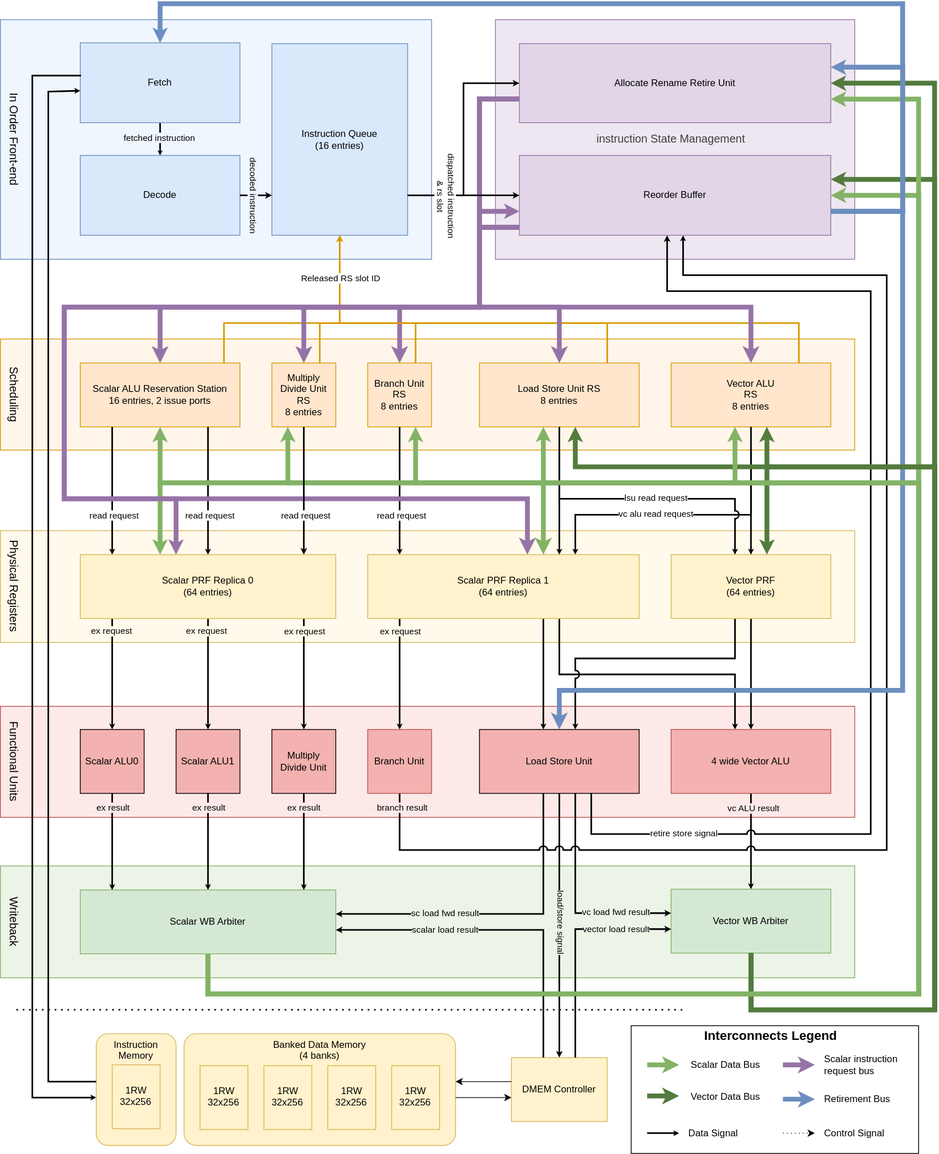
The draw.io diagram doc/block_diagram.drawio.svg in Ajsat3801/RISCV-SIMD_Processor, before a commit. Source tidied: cells renumbered, new cells last; positions are measured from the earlier drawing's top-left corner, leaving out a move shared by most shapes.
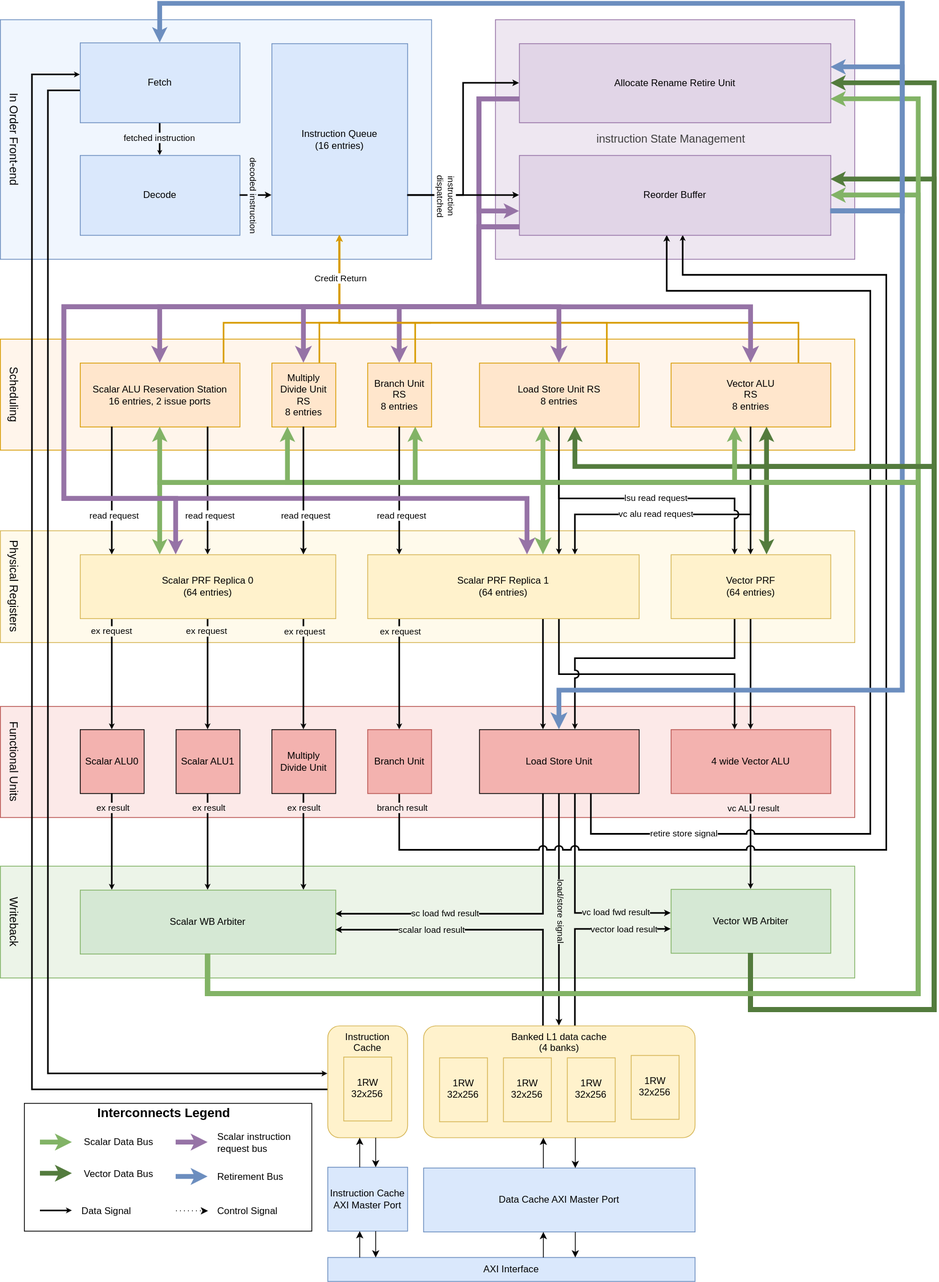
After the commit.

Diff of the diagram source:
```diff
@@ -71,3 +71,3 @@
     </mxCell>
-    <mxCell id="15" style="edgeStyle=none;html=1;exitX=0.5;exitY=1;exitDx=0;exitDy=0;exitPerimeter=0;entryX=1;entryY=0;entryDx=-60;entryDy=0;entryPerimeter=0;endSize=2;strokeWidth=2;" parent="1" edge="1" source="34" target="129">
+    <mxCell id="15" style="edgeStyle=none;html=1;exitX=0.5;exitY=1;exitDx=0;exitDy=0;exitPerimeter=0;entryX=0.5;entryY=0;entryDx=0;entryDy=0;entryPerimeter=0;endSize=2;strokeWidth=2;" parent="1" edge="1" source="34" target="25">
       <mxGeometry relative="1" as="geometry" />
@@ -121,7 +121,7 @@
     </mxCell>
-    <mxCell id="25" value="Banked Data Memory&lt;div&gt;(4 banks)&lt;/div&gt;" style="rounded=1;whiteSpace=wrap;html=1;labelPosition=center;verticalLabelPosition=middle;align=center;verticalAlign=top;spacingTop=0;fillColor=#fff2cc;strokeColor=#d6b656;points=[[0,0,0,0,0],[0,0.25,0,0,0],[0,0.5,0,0,0],[0,0.75,0,0,0],[0,1,0,0,0],[0.25,1,0,0,0],[0.5,0,0,-10,0],[0.5,0,0,0,0],[0.5,0,0,10,0],[0.5,1,0,0,0],[0.75,1,0,0,0],[1,0,0,0,0],[1,0.5,0,0,-10],[1,0.5,0,0,10],[1,0.75,0,0,0],[1,1,0,0,0]];arcSize=11;" parent="1" vertex="1">
-      <mxGeometry x="230" y="1290" width="340" height="140" as="geometry" />
+    <mxCell id="25" value="Banked L1 data cache&lt;div&gt;(4 banks)&lt;/div&gt;" style="rounded=1;whiteSpace=wrap;html=1;labelPosition=center;verticalLabelPosition=middle;align=center;verticalAlign=top;spacingTop=0;fillColor=#fff2cc;strokeColor=#d6b656;points=[[0,0,0,0,0],[0,0.25,0,0,0],[0,0.5,0,0,0],[0,0.75,0,0,0],[0,1,0,0,0],[0.5,0,0,-20,0],[0.5,0,0,0,0],[0.5,0,0,20,0],[1,0,0,0,0],[1,0.5,0,0,-10],[1,0.5,0,0,10],[1,0.75,0,0,0],[1,1,0,-190,0],[1,1,0,-170,0],[1,1,0,-150,0],[1,1,0,0,0]];arcSize=11;" parent="1" vertex="1">
+      <mxGeometry x="530" y="1280" width="340" height="140" as="geometry" />
     </mxCell>
     <mxCell id="26" style="rounded=0;whiteSpace=wrap;html=1;fillColor=none;" parent="1" vertex="1">
-      <mxGeometry x="790" y="1280" width="360" height="160" as="geometry" />
+      <mxGeometry x="30" y="1377" width="360" height="160" as="geometry" />
     </mxCell>
@@ -214,4 +214,4 @@
     </mxCell>
-    <mxCell id="51" value="Instruction&lt;div&gt;Memory&lt;/div&gt;&lt;div&gt;&lt;br&gt;&lt;/div&gt;" style="rounded=1;whiteSpace=wrap;html=1;fillColor=#fff2cc;strokeColor=#d6b656;points=[[0,0,0,0,0],[0,0.5,0,0,-10],[0,0.5,0,0,0],[0,0.5,0,0,10],[0,1,0,0,0],[0.25,0,0,0,0],[0.25,1,0,0,0],[0.5,0,0,0,0],[0.5,1,0,-10,0],[0.5,1,0,10,0],[0.75,0,0,0,0],[1,0,0,0,0],[1,0.25,0,0,0],[1,0.5,0,0,0],[1,0.75,0,0,0],[1,1,0,0,0]];verticalAlign=top;" parent="1" vertex="1">
-      <mxGeometry x="120" y="1290" width="100" height="140" as="geometry" />
+    <mxCell id="51" value="&lt;div&gt;Instruction&lt;/div&gt;&lt;div&gt;Cache&lt;/div&gt;" style="rounded=1;whiteSpace=wrap;html=1;fillColor=#fff2cc;strokeColor=#d6b656;points=[[0,0,0,0,0],[0,0.5,0,0,-10],[0,0.5,0,0,0],[0,0.5,0,0,10],[0,1,0,0,0],[0.25,0,0,0,0],[0.5,0,0,0,0],[0.5,1,0,-10,0],[0.5,1,0,10,0],[0.75,0,0,0,0],[1,0,0,0,0],[1,0.25,0,0,0],[1,0.5,0,0,0],[1,0.75,0,0,0],[1,1,0,0,0]];verticalAlign=top;" parent="1" vertex="1">
+      <mxGeometry x="410" y="1280" width="100" height="140" as="geometry" />
     </mxCell>
@@ -235,4 +235,4 @@
       <mxGeometry relative="1" as="geometry">
-        <mxPoint x="810" y="1329" as="sourcePoint" />
-        <mxPoint x="850" y="1329" as="targetPoint" />
+        <mxPoint x="50" y="1426" as="sourcePoint" />
+        <mxPoint x="90" y="1426" as="targetPoint" />
       </mxGeometry>
@@ -241,4 +241,4 @@
       <mxGeometry relative="1" as="geometry">
-        <mxPoint x="810" y="1368" as="sourcePoint" />
-        <mxPoint x="850" y="1368" as="targetPoint" />
+        <mxPoint x="50" y="1465" as="sourcePoint" />
+        <mxPoint x="90" y="1465" as="targetPoint" />
       </mxGeometry>
@@ -247,4 +247,4 @@
       <mxGeometry relative="1" as="geometry">
-        <mxPoint x="980" y="1329" as="sourcePoint" />
-        <mxPoint x="1020" y="1329" as="targetPoint" />
+        <mxPoint x="220" y="1426" as="sourcePoint" />
+        <mxPoint x="260" y="1426" as="targetPoint" />
       </mxGeometry>
@@ -253,4 +253,4 @@
       <mxGeometry relative="1" as="geometry">
-        <mxPoint x="980" y="1372" as="sourcePoint" />
-        <mxPoint x="1020" y="1372" as="targetPoint" />
+        <mxPoint x="220" y="1469" as="sourcePoint" />
+        <mxPoint x="260" y="1469" as="targetPoint" />
       </mxGeometry>
@@ -258,27 +258,27 @@
     <mxCell id="60" value="Scalar Data Bus" style="text;html=1;align=left;verticalAlign=middle;whiteSpace=wrap;rounded=0;" parent="1" vertex="1">
-      <mxGeometry x="863" y="1309" width="97" height="40" as="geometry" />
+      <mxGeometry x="103" y="1406" width="97" height="40" as="geometry" />
     </mxCell>
     <mxCell id="61" value="Vector Data Bus" style="text;html=1;align=left;verticalAlign=middle;whiteSpace=wrap;rounded=0;" parent="1" vertex="1">
-      <mxGeometry x="863" y="1349" width="97" height="40" as="geometry" />
+      <mxGeometry x="103" y="1446" width="97" height="40" as="geometry" />
     </mxCell>
     <mxCell id="62" value="Scalar instruction request bus" style="text;html=1;align=left;verticalAlign=middle;whiteSpace=wrap;rounded=0;" parent="1" vertex="1">
-      <mxGeometry x="1030" y="1309" width="100" height="40" as="geometry" />
+      <mxGeometry x="270" y="1406" width="100" height="40" as="geometry" />
     </mxCell>
     <mxCell id="63" value="&lt;b&gt;&lt;font style=&quot;font-size: 16px;&quot;&gt;Interconnects Legend&lt;/font&gt;&lt;/b&gt;" style="text;html=1;align=center;verticalAlign=middle;whiteSpace=wrap;rounded=0;" parent="1" vertex="1">
-      <mxGeometry x="800" y="1272" width="330" height="40" as="geometry" />
+      <mxGeometry x="40" y="1369" width="330" height="40" as="geometry" />
     </mxCell>
     <mxCell id="64" value="Retirement Bus" style="text;html=1;align=left;verticalAlign=middle;whiteSpace=wrap;rounded=0;" parent="1" vertex="1">
-      <mxGeometry x="1030" y="1352" width="97" height="40" as="geometry" />
+      <mxGeometry x="270" y="1449" width="97" height="40" as="geometry" />
     </mxCell>
     <mxCell id="65" value="32x256&lt;div&gt;1RW&lt;/div&gt;" style="rounded=0;whiteSpace=wrap;html=1;textDirection=vertical-lr;fillColor=#fff2cc;strokeColor=#d6b656;horizontal=0;" parent="1" vertex="1">
-      <mxGeometry x="250" y="1330" width="60" height="80" as="geometry" />
+      <mxGeometry x="550" y="1320" width="60" height="80" as="geometry" />
     </mxCell>
     <mxCell id="66" value="32x256&lt;div&gt;1RW&lt;/div&gt;" style="rounded=0;whiteSpace=wrap;html=1;textDirection=vertical-lr;fillColor=#fff2cc;strokeColor=#d6b656;horizontal=0;" parent="1" vertex="1">
-      <mxGeometry x="330" y="1330" width="60" height="80" as="geometry" />
+      <mxGeometry x="630" y="1320" width="60" height="80" as="geometry" />
     </mxCell>
     <mxCell id="67" value="32x256&lt;div&gt;1RW&lt;/div&gt;" style="rounded=0;whiteSpace=wrap;html=1;textDirection=vertical-lr;fillColor=#fff2cc;strokeColor=#d6b656;horizontal=0;" parent="1" vertex="1">
-      <mxGeometry x="410" y="1330" width="60" height="80" as="geometry" />
+      <mxGeometry x="710" y="1320" width="60" height="80" as="geometry" />
     </mxCell>
     <mxCell id="68" value="32x256&lt;div&gt;1RW&lt;/div&gt;" style="rounded=0;whiteSpace=wrap;html=1;textDirection=vertical-lr;fillColor=#fff2cc;strokeColor=#d6b656;horizontal=0;" parent="1" vertex="1">
-      <mxGeometry x="490" y="1330" width="60" height="80" as="geometry" />
+      <mxGeometry x="790" y="1317" width="60" height="80" as="geometry" />
     </mxCell>
@@ -286,4 +286,4 @@
       <mxGeometry relative="1" as="geometry">
-        <mxPoint x="810" y="1414.6" as="sourcePoint" />
-        <mxPoint x="850" y="1414.6" as="targetPoint" />
+        <mxPoint x="50" y="1511.6" as="sourcePoint" />
+        <mxPoint x="90" y="1511.6" as="targetPoint" />
       </mxGeometry>
@@ -292,4 +292,4 @@
       <mxGeometry relative="1" as="geometry">
-        <mxPoint x="980" y="1414.6" as="sourcePoint" />
-        <mxPoint x="1020" y="1414.6" as="targetPoint" />
+        <mxPoint x="220" y="1511.6" as="sourcePoint" />
+        <mxPoint x="260" y="1511.6" as="targetPoint" />
       </mxGeometry>
@@ -297,6 +297,6 @@
     <mxCell id="71" value="Data Signal" style="text;html=1;align=left;verticalAlign=middle;whiteSpace=wrap;rounded=0;" parent="1" vertex="1">
-      <mxGeometry x="860" y="1400" width="100" height="30" as="geometry" />
+      <mxGeometry x="100" y="1497" width="100" height="30" as="geometry" />
     </mxCell>
     <mxCell id="72" value="Control Signal" style="text;html=1;align=left;verticalAlign=middle;whiteSpace=wrap;rounded=0;" parent="1" vertex="1">
-      <mxGeometry x="1030" y="1400" width="100" height="30" as="geometry" />
+      <mxGeometry x="270" y="1497" width="100" height="30" as="geometry" />
     </mxCell>
@@ -460,3 +460,3 @@
     </mxCell>
-    <mxCell id="99" value="Released RS slot ID" style="edgeLabel;html=1;align=center;verticalAlign=middle;" parent="98" vertex="1">
+    <mxCell id="99" value="Credit Return" style="edgeLabel;html=1;align=center;verticalAlign=middle;" parent="98" vertex="1">
       <mxGeometry x="0.65" y="-2" relative="1" as="geometry">
@@ -553,3 +553,3 @@
     </mxCell>
-    <mxCell id="111" value="&lt;div&gt;&amp;amp; rs slot&lt;/div&gt;dispatched instruction" style="edgeLabel;html=1;align=center;verticalAlign=middle;textDirection=vertical-lr;" parent="110" vertex="1">
+    <mxCell id="111" value="dispatched&lt;div&gt;instruction&lt;/div&gt;" style="edgeLabel;html=1;align=center;verticalAlign=middle;textDirection=vertical-lr;" parent="110" vertex="1">
       <mxGeometry x="-0.14" y="-1" relative="1" as="geometry">
@@ -567,19 +567,2 @@
     </mxCell>
-    <mxCell id="115" style="edgeStyle=orthogonalEdgeStyle;html=1;exitX=0;exitY=0.5;exitDx=0;exitDy=-10;exitPerimeter=0;entryX=0;entryY=0.5;entryDx=0;entryDy=10;entryPerimeter=0;rounded=0;strokeWidth=2;endSize=1;" parent="1" edge="1" source="51" target="49">
-      <mxGeometry relative="1" as="geometry">
-        <Array as="points">
-          <mxPoint x="60" y="1350" />
-          <mxPoint x="60" y="110" />
-        </Array>
-      </mxGeometry>
-    </mxCell>
-    <mxCell id="116" style="edgeStyle=orthogonalEdgeStyle;html=1;exitX=0;exitY=0.5;exitDx=0;exitDy=-10;exitPerimeter=0;entryX=0;entryY=0.5;entryDx=0;entryDy=10;entryPerimeter=0;rounded=0;curved=0;strokeWidth=2;endSize=1;" parent="1" edge="1" source="49" target="51">
-      <mxGeometry relative="1" as="geometry">
-        <Array as="points">
-          <mxPoint x="100" y="90" />
-          <mxPoint x="40" y="90" />
-          <mxPoint x="40" y="1370" />
-        </Array>
-      </mxGeometry>
-    </mxCell>
     <mxCell id="117" value="ex request" style="edgeLabel;html=1;align=center;verticalAlign=middle;textDirection=vertical-lr;horizontal=0;labelBackgroundColor=light-dark(#fffaeb, #ededed);" parent="1" vertex="1">
@@ -667,12 +650,3 @@
     </mxCell>
-    <mxCell id="129" value="DMEM Controller" style="rounded=0;whiteSpace=wrap;html=1;points=[[0,0,0,0,0],[0,0,0,20,0],[0,0,0,40,0],[0,0.5,0,0,-10],[0,0.5,0,0,10],[0,1,0,0,0],[0.25,1,0,0,0],[0.5,1,0,0,0],[0.75,1,0,0,0],[1,0,0,-60,0],[1,0,0,-40,0],[1,0,0,0,0],[1,0.25,0,0,0],[1,0.5,0,0,0],[1,0.75,0,0,0],[1,1,0,0,0]];fillColor=#fff2cc;strokeColor=#d6b656;" parent="1" vertex="1">
-      <mxGeometry x="640" y="1320" width="120" height="80" as="geometry" />
-    </mxCell>
-    <mxCell id="130" style="edgeStyle=none;html=1;exitX=0;exitY=0.5;exitDx=0;exitDy=-10;exitPerimeter=0;entryX=1;entryY=0.5;entryDx=0;entryDy=-10;entryPerimeter=0;" parent="1" edge="1" source="129" target="25">
-      <mxGeometry relative="1" as="geometry" />
-    </mxCell>
-    <mxCell id="131" style="edgeStyle=none;html=1;exitX=1;exitY=0.5;exitDx=0;exitDy=10;exitPerimeter=0;entryX=0;entryY=0.5;entryDx=0;entryDy=10;entryPerimeter=0;" parent="1" edge="1" source="25" target="129">
-      <mxGeometry relative="1" as="geometry" />
-    </mxCell>
-    <mxCell id="132" style="edgeStyle=orthogonalEdgeStyle;html=1;exitX=1;exitY=0;exitDx=-40;exitDy=0;exitPerimeter=0;entryX=0;entryY=0.5;entryDx=0;entryDy=10;entryPerimeter=0;rounded=0;curved=0;strokeWidth=2;endSize=2;" parent="1" edge="1" source="129" target="37">
+    <mxCell id="132" style="edgeStyle=orthogonalEdgeStyle;html=1;entryX=0;entryY=0.5;entryDx=0;entryDy=10;entryPerimeter=0;rounded=0;curved=0;strokeWidth=2;endSize=2;exitX=0.5;exitY=0;exitDx=20;exitDy=0;exitPerimeter=0;" parent="1" edge="1" source="25" target="37">
       <mxGeometry relative="1" as="geometry" />
@@ -682,3 +656,3 @@
     </mxCell>
-    <mxCell id="134" style="edgeStyle=orthogonalEdgeStyle;html=1;exitX=0;exitY=0;exitDx=40;exitDy=0;exitPerimeter=0;entryX=1;entryY=0.5;entryDx=0;entryDy=10;entryPerimeter=0;strokeWidth=2;rounded=0;curved=0;endSize=2;jumpStyle=none;" parent="1" edge="1" source="129" target="36">
+    <mxCell id="134" style="edgeStyle=orthogonalEdgeStyle;html=1;entryX=1;entryY=0.5;entryDx=0;entryDy=10;entryPerimeter=0;strokeWidth=2;rounded=0;curved=0;endSize=2;jumpStyle=none;exitX=0.5;exitY=0;exitDx=-20;exitDy=0;exitPerimeter=0;" parent="1" edge="1" source="25" target="36">
       <mxGeometry relative="1" as="geometry" />
@@ -710,13 +684,53 @@
     <mxCell id="140" value="32x256&lt;div&gt;1RW&lt;/div&gt;" style="rounded=0;whiteSpace=wrap;html=1;textDirection=vertical-lr;fillColor=#fff2cc;strokeColor=#d6b656;horizontal=0;" parent="1" vertex="1">
-      <mxGeometry x="140" y="1329" width="60" height="80" as="geometry" />
+      <mxGeometry x="430" y="1319" width="60" height="80" as="geometry" />
     </mxCell>
-    <mxCell id="141" style="endArrow=none;dashed=1;html=1;dashPattern=1 3;strokeWidth=2;" parent="1" edge="1">
-      <mxGeometry relative="1" as="geometry">
-        <mxPoint x="20" y="1260" as="sourcePoint" />
-        <mxPoint x="860" y="1260" as="targetPoint" />
-        <Array as="points">
-          <mxPoint x="440" y="1260" />
-        </Array>
-      </mxGeometry>
+    <mxCell id="141" value="Data Cache AXI Master Port" style="rounded=0;whiteSpace=wrap;html=1;fillColor=#dae8fc;strokeColor=#6c8ebf;points=[[0,0,0,0,0],[0,0,0,40,0],[0,0,0,60,0],[0,0.25,0,0,0],[0,0.5,0,0,0],[0,0.75,0,0,0],[0,1,0,0,0],[0.75,1,0,0,0],[1,0,0,-190,0],[1,0,0,-150,0],[1,0,0,0,0],[1,0.25,0,0,0],[1,0.5,0,0,0],[1,0.75,0,0,0],[1,1,0,-190,0],[1,1,0,-150,0],[1,1,0,0,0]];" parent="1" vertex="1">
+      <mxGeometry x="530" y="1458" width="340" height="80" as="geometry" />
     </mxCell>
+    <mxCell id="142" style="edgeStyle=none;html=1;exitX=1;exitY=1;exitDx=-150;exitDy=0;exitPerimeter=0;entryX=1;entryY=0;entryDx=-150;entryDy=0;entryPerimeter=0;" parent="1" edge="1" source="25" target="141">
+      <mxGeometry relative="1" as="geometry" />
+    </mxCell>
+    <mxCell id="143" style="edgeStyle=none;html=1;exitX=1;exitY=0;exitDx=-190;exitDy=0;exitPerimeter=0;entryX=1;entryY=1;entryDx=-190;entryDy=0;entryPerimeter=0;" parent="1" edge="1" source="141" target="25">
+      <mxGeometry relative="1" as="geometry" />
+    </mxCell>
+    <mxCell id="116" style="edgeStyle=orthogonalEdgeStyle;html=1;exitX=0;exitY=0.5;exitDx=0;exitDy=10;exitPerimeter=0;entryX=0;entryY=0.5;entryDx=0;entryDy=-10;entryPerimeter=0;rounded=0;curved=0;strokeWidth=2;endSize=1;" parent="1" edge="1" source="49" target="51">
+      <mxGeometry relative="1" as="geometry">
+        <Array as="points">
+          <mxPoint x="60" y="109" />
+          <mxPoint x="60" y="1340" />
+        </Array>
+      </mxGeometry>
+    </mxCell>
+    <mxCell id="115" style="edgeStyle=orthogonalEdgeStyle;html=1;exitX=0;exitY=0.5;exitDx=0;exitDy=10;exitPerimeter=0;entryX=0;entryY=0.5;entryDx=0;entryDy=-10;entryPerimeter=0;rounded=0;endSize=1;strokeWidth=2;" parent="1" edge="1" source="51" target="49">
+      <mxGeometry relative="1" as="geometry">
+        <Array as="points">
+          <mxPoint x="40" y="1360" />
+          <mxPoint x="40" y="89" />
+        </Array>
+      </mxGeometry>
+    </mxCell>
+    <mxCell id="144" value="Instruction Cache AXI Master Port" style="rounded=0;whiteSpace=wrap;html=1;fillColor=#dae8fc;strokeColor=#6c8ebf;points=[[0,0,0,0,0],[0,0.25,0,0,0],[0,0.5,0,0,0],[0,0.75,0,0,0],[0,1,0,0,0],[0.5,0,0,-10,0],[0.5,0,0,10,0],[0.5,1,0,-10,0],[0.5,1,0,10,0],[1,0,0,0,0],[1,0.25,0,0,0],[1,0.5,0,0,0],[1,0.75,0,0,0],[1,1,0,0,0]];" parent="1" vertex="1">
+      <mxGeometry x="410" y="1457" width="100" height="80" as="geometry" />
+    </mxCell>
+    <mxCell id="145" style="edgeStyle=none;html=1;exitX=0.5;exitY=1;exitDx=10;exitDy=0;exitPerimeter=0;entryX=0.5;entryY=0;entryDx=10;entryDy=0;entryPerimeter=0;" parent="1" edge="1" source="51" target="144">
+      <mxGeometry relative="1" as="geometry" />
+    </mxCell>
+    <mxCell id="146" style="edgeStyle=none;html=1;exitX=0.5;exitY=0;exitDx=-10;exitDy=0;exitPerimeter=0;entryX=0.5;entryY=1;entryDx=-10;entryDy=0;entryPerimeter=0;" parent="1" edge="1" source="144" target="51">
+      <mxGeometry relative="1" as="geometry" />
+    </mxCell>
+    <mxCell id="147" value="AXI Interface" style="rounded=0;whiteSpace=wrap;html=1;fillColor=#dae8fc;strokeColor=#6c8ebf;points=[[0,0,0,0,0],[0,0,0,40,0],[0,0,0,60,0],[0,0.25,0,0,0],[0,0.5,0,0,0],[0,0.75,0,0,0],[0,1,0,0,0],[0.25,1,0,0,0],[0.5,1,0,0,0],[0.75,1,0,0,0],[1,0,0,-190,0],[1,0,0,-150,0],[1,0,0,0,0],[1,0.25,0,0,0],[1,0.5,0,0,0],[1,0.75,0,0,0],[1,1,0,0,0]];" parent="1" vertex="1">
+      <mxGeometry x="410" y="1570" width="460" height="30" as="geometry" />
+    </mxCell>
+    <mxCell id="148" style="edgeStyle=none;html=1;exitX=1;exitY=1;exitDx=-150;exitDy=0;exitPerimeter=0;entryX=1;entryY=0;entryDx=-150;entryDy=0;entryPerimeter=0;" parent="1" edge="1" source="141" target="147">
+      <mxGeometry relative="1" as="geometry" />
+    </mxCell>
+    <mxCell id="149" style="edgeStyle=none;html=1;exitX=1;exitY=0;exitDx=-190;exitDy=0;exitPerimeter=0;entryX=1;entryY=1;entryDx=-190;entryDy=0;entryPerimeter=0;" parent="1" edge="1" source="147" target="141">
+      <mxGeometry relative="1" as="geometry" />
+    </mxCell>
+    <mxCell id="150" style="edgeStyle=none;html=1;exitX=0.5;exitY=1;exitDx=10;exitDy=0;exitPerimeter=0;entryX=0;entryY=0;entryDx=60;entryDy=0;entryPerimeter=0;" parent="1" edge="1" source="144" target="147">
+      <mxGeometry relative="1" as="geometry" />
+    </mxCell>
+    <mxCell id="151" style="edgeStyle=none;html=1;exitX=0;exitY=0;exitDx=40;exitDy=0;exitPerimeter=0;entryX=0.5;entryY=1;entryDx=-10;entryDy=0;entryPerimeter=0;" parent="1" edge="1" source="147" target="144">
+      <mxGeometry relative="1" as="geometry" />
+    </mxCell>
   </root>
```
